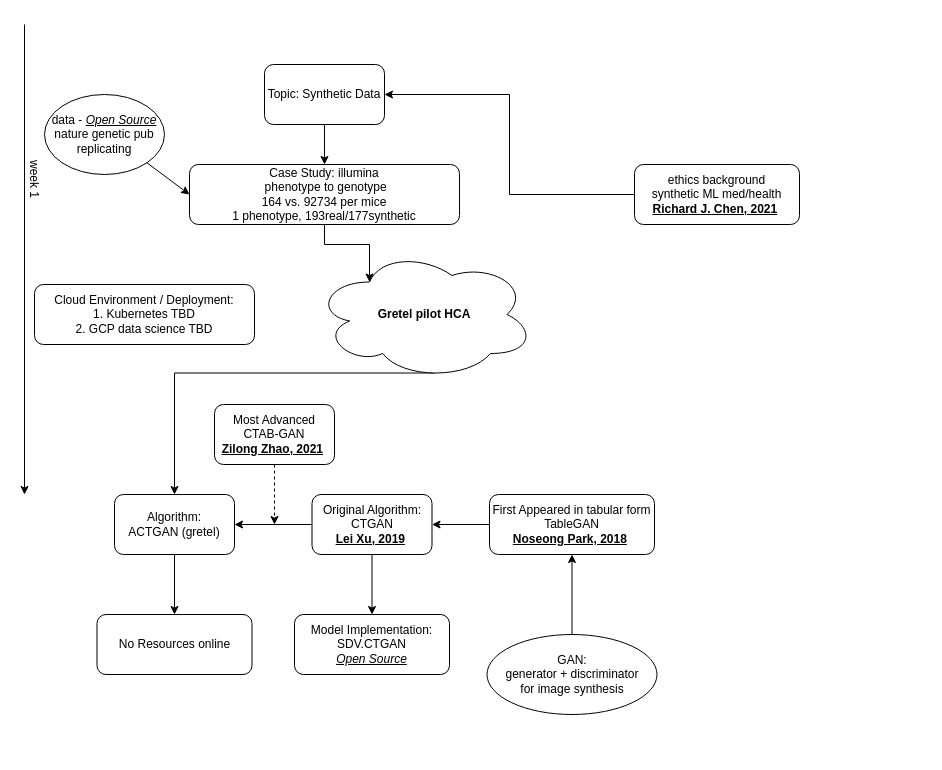
Above: synDataJourney.drawio in alvinDScHCA/BackyardNebula (draw.io), before the change. Source tidied: cells renumbered, new cells numbered last; positions are measured from the earlier drawing's top-left corner, leaving out a move shared by most shapes. Both pictures are drawn from the tidied source at 100%, with x=0, y=0 at pixel (4, 24).
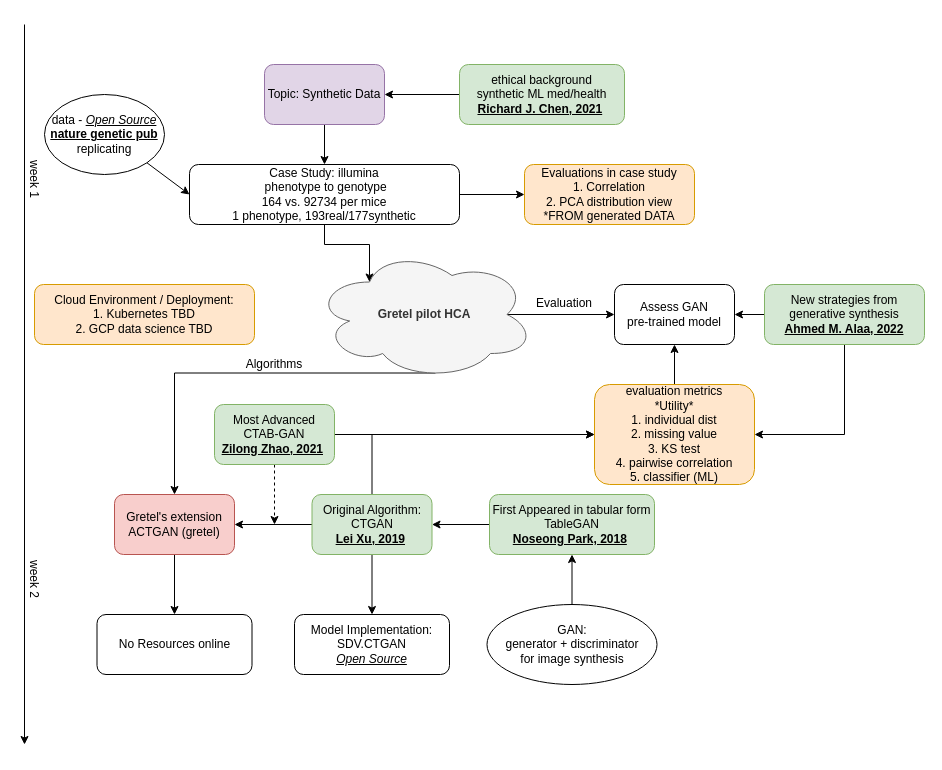
The same diagram, later.

Unchanged cells that the change refers to:
```xml
<mxCell id="5" value="Case Study: illumina&lt;br&gt;&amp;nbsp;phenotype to genotype&lt;br&gt;164 vs. 92734 per mice&lt;br&gt;1 phenotype, 193real/177synthetic" style="rounded=1;whiteSpace=wrap;html=1;" parent="1" vertex="1">
  <mxGeometry x="185" y="140" width="270" height="60" as="geometry" />
</mxCell>
```

Change to the diagram source:
```diff
@@
-    <mxCell id="3" value="Topic: Synthetic Data" style="rounded=1;whiteSpace=wrap;html=1;" parent="1" vertex="1">
+    <mxCell id="3" value="Topic: Synthetic Data" style="rounded=1;whiteSpace=wrap;html=1;fillColor=#e1d5e7;strokeColor=#9673a6;" parent="1" vertex="1">
       <mxGeometry x="260" y="40" width="120" height="60" as="geometry" />
     </mxCell>
@@
+    <mxCell id="28" style="edgeStyle=orthogonalEdgeStyle;rounded=0;jettySize=auto;html=1;exitX=1;exitY=0.5;exitDx=0;exitDy=0;entryX=0;entryY=0.5;entryDx=0;entryDy=0;" parent="1" edge="1" source="5" target="34">
+      <mxGeometry relative="1" as="geometry" />
+    </mxCell>
@@
-    <mxCell id="6" value="data - &lt;i&gt;&lt;u&gt;Open Source&lt;/u&gt;&lt;/i&gt;&lt;br&gt;nature genetic pub&lt;br&gt;replicating" style="ellipse;whiteSpace=wrap;html=1;" parent="1" vertex="1">
+    <mxCell id="6" value="data - &lt;i&gt;&lt;u&gt;Open Source&lt;/u&gt;&lt;/i&gt;&lt;br&gt;&lt;u&gt;&lt;b&gt;nature genetic pub&lt;/b&gt;&lt;/u&gt;&lt;br&gt;replicating" style="ellipse;whiteSpace=wrap;html=1;" parent="1" vertex="1">
       <mxGeometry x="40" y="70" width="120" height="80" as="geometry" />
     </mxCell>
@@
     <mxCell id="8" style="endArrow=classic;html=1;rounded=0;" parent="1" edge="1">
       <mxGeometry relative="1" as="geometry">
         <mxPoint x="20" as="sourcePoint" />
-        <mxPoint x="20" y="470" as="targetPoint" />
+        <mxPoint x="20" y="720" as="targetPoint" />
       </mxGeometry>
     </mxCell>
@@
-    <mxCell id="10" value="Cloud Environment / Deployment:&lt;br&gt;1. Kubernetes TBD&lt;br&gt;2. GCP data science TBD" style="rounded=1;whiteSpace=wrap;html=1;" parent="1" vertex="1">
+    <mxCell id="10" value="Cloud Environment / Deployment:&lt;br&gt;1. Kubernetes TBD&lt;br&gt;2. GCP data science TBD" style="rounded=1;whiteSpace=wrap;html=1;fillColor=#ffe6cc;strokeColor=#d79b00;" parent="1" vertex="1">
       <mxGeometry x="30" y="260" width="220" height="60" as="geometry" />
     </mxCell>
@@
+    <mxCell id="29" style="edgeStyle=orthogonalEdgeStyle;rounded=0;jettySize=auto;html=1;exitX=0.875;exitY=0.5;exitDx=0;exitDy=0;exitPerimeter=0;entryX=0;entryY=0.5;entryDx=0;entryDy=0;" parent="1" edge="1" source="12" target="35">
+      <mxGeometry relative="1" as="geometry" />
+    </mxCell>
-    <mxCell id="12" value="&lt;b&gt;Gretel pilot HCA&lt;/b&gt;" style="ellipse;shape=cloud;whiteSpace=wrap;html=1;" parent="1" vertex="1">
+    <mxCell id="12" value="&lt;b&gt;Gretel pilot HCA&lt;/b&gt;" style="ellipse;shape=cloud;whiteSpace=wrap;html=1;fillColor=#f5f5f5;strokeColor=#666666;fontColor=#333333;" parent="1" vertex="1">
       <mxGeometry x="310" y="225" width="220" height="130" as="geometry" />
     </mxCell>
@@
-    <mxCell id="14" value="Algorithm: &lt;br&gt;ACTGAN (gretel)" style="rounded=1;whiteSpace=wrap;html=1;" parent="1" vertex="1">
+    <mxCell id="14" value="Gretel's extension&lt;br&gt;ACTGAN (gretel)" style="rounded=1;whiteSpace=wrap;html=1;fillColor=#f8cecc;strokeColor=#b85450;" parent="1" vertex="1">
       <mxGeometry x="110" y="470" width="120" height="60" as="geometry" />
     </mxCell>
@@
+    <mxCell id="30" style="edgeStyle=orthogonalEdgeStyle;rounded=0;jettySize=auto;html=1;exitX=0.5;exitY=0;exitDx=0;exitDy=0;entryX=0;entryY=0.5;entryDx=0;entryDy=0;" parent="1" edge="1" source="17" target="41">
+      <mxGeometry relative="1" as="geometry" />
+    </mxCell>
-    <mxCell id="17" value="Original Algorithm: &lt;br&gt;CTGAN&lt;br&gt;&lt;u&gt;&lt;b&gt;Lei Xu, 2019&lt;/b&gt;&lt;/u&gt;&amp;nbsp;" style="rounded=1;whiteSpace=wrap;html=1;" parent="1" vertex="1">
+    <mxCell id="17" value="Original Algorithm: &lt;br&gt;CTGAN&lt;br&gt;&lt;u&gt;&lt;b&gt;Lei Xu, 2019&lt;/b&gt;&lt;/u&gt;&amp;nbsp;" style="rounded=1;whiteSpace=wrap;html=1;fillColor=#d5e8d4;strokeColor=#82b366;" parent="1" vertex="1">
       <mxGeometry x="307.5" y="470" width="120" height="60" as="geometry" />
     </mxCell>
@@
     <mxCell id="21" value="GAN:&lt;br style=&quot;border-color: var(--border-color);&quot;&gt;generator + discriminator&lt;br style=&quot;border-color: var(--border-color);&quot;&gt;for image synthesis" style="ellipse;whiteSpace=wrap;html=1;" parent="1" vertex="1">
-      <mxGeometry x="482.5" y="610" width="170" height="80" as="geometry" />
+      <mxGeometry x="482.5" y="580" width="170" height="80" as="geometry" />
     </mxCell>
@@
-    <mxCell id="23" value="First Appeared in tabular form&lt;br&gt;TableGAN&lt;br&gt;&lt;u&gt;&lt;b&gt;Noseong Park, 2018&lt;/b&gt;&lt;/u&gt;&amp;nbsp;" style="rounded=1;whiteSpace=wrap;html=1;" parent="1" vertex="1">
+    <mxCell id="23" value="First Appeared in tabular form&lt;br&gt;TableGAN&lt;br&gt;&lt;u&gt;&lt;b&gt;Noseong Park, 2018&lt;/b&gt;&lt;/u&gt;&amp;nbsp;" style="rounded=1;whiteSpace=wrap;html=1;fillColor=#d5e8d4;strokeColor=#82b366;" parent="1" vertex="1">
       <mxGeometry x="485" y="470" width="165" height="60" as="geometry" />
     </mxCell>
@@
+    <mxCell id="31" style="edgeStyle=orthogonalEdgeStyle;rounded=0;jettySize=auto;html=1;exitX=1;exitY=0.5;exitDx=0;exitDy=0;" parent="1" edge="1" source="25" target="41">
+      <mxGeometry relative="1" as="geometry" />
+    </mxCell>
-    <mxCell id="25" value="Most Advanced&lt;br&gt;CTAB-GAN&lt;br&gt;&lt;u style=&quot;border-color: var(--border-color);&quot;&gt;&lt;b style=&quot;border-color: var(--border-color);&quot;&gt;Zilong Zhao, 2021&lt;/b&gt;&lt;/u&gt;&amp;nbsp;" style="rounded=1;whiteSpace=wrap;html=1;" parent="1" vertex="1">
+    <mxCell id="25" value="Most Advanced&lt;br&gt;CTAB-GAN&lt;br&gt;&lt;u style=&quot;border-color: var(--border-color);&quot;&gt;&lt;b style=&quot;border-color: var(--border-color);&quot;&gt;Zilong Zhao, 2021&lt;/b&gt;&lt;/u&gt;&amp;nbsp;" style="rounded=1;whiteSpace=wrap;html=1;fillColor=#d5e8d4;strokeColor=#82b366;" parent="1" vertex="1">
       <mxGeometry x="210" y="380" width="120" height="60" as="geometry" />
     </mxCell>
@@
-    <mxCell id="27" value="ethics background &lt;br&gt;synthetic ML med/health&lt;br&gt;&lt;u&gt;&lt;b&gt;Richard J. Chen, 2021&lt;/b&gt;&lt;/u&gt;&amp;nbsp;" style="rounded=1;whiteSpace=wrap;html=1;" parent="1" vertex="1">
-      <mxGeometry x="630" y="140" width="165" height="60" as="geometry" />
+    <mxCell id="27" value="ethical background &lt;br&gt;synthetic ML med/health&lt;br&gt;&lt;u&gt;&lt;b&gt;Richard J. Chen, 2021&lt;/b&gt;&lt;/u&gt;&amp;nbsp;" style="rounded=1;whiteSpace=wrap;html=1;fillColor=#d5e8d4;strokeColor=#82b366;" parent="1" vertex="1">
+      <mxGeometry x="455" y="40" width="165" height="60" as="geometry" />
     </mxCell>
+    <mxCell id="32" value="week 2" style="text;html=1;strokeColor=none;fillColor=none;align=center;verticalAlign=middle;whiteSpace=wrap;rounded=0;rotation=90;" parent="1" vertex="1">
+      <mxGeometry y="540" width="60" height="30" as="geometry" />
+    </mxCell>
+    <mxCell id="33" value="Algorithms" style="text;html=1;strokeColor=none;fillColor=none;align=center;verticalAlign=middle;whiteSpace=wrap;rounded=0;" parent="1" vertex="1">
+      <mxGeometry x="240" y="325" width="60" height="30" as="geometry" />
+    </mxCell>
+    <mxCell id="34" value="&lt;span style=&quot;background-color: initial;&quot;&gt;Evaluations in case study&lt;br&gt;1. Correlation&lt;br&gt;2. PCA distribution view&lt;br&gt;*FROM generated DATA&lt;br&gt;&lt;/span&gt;" style="rounded=1;whiteSpace=wrap;html=1;fillColor=#ffe6cc;strokeColor=#d79b00;" parent="1" vertex="1">
+      <mxGeometry x="520" y="140" width="170" height="60" as="geometry" />
+    </mxCell>
+    <mxCell id="35" value="Assess GAN &lt;br&gt;pre-trained model" style="rounded=1;whiteSpace=wrap;html=1;" parent="1" vertex="1">
+      <mxGeometry x="610" y="260" width="120" height="60" as="geometry" />
+    </mxCell>
+    <mxCell id="36" value="Evaluation" style="text;html=1;strokeColor=none;fillColor=none;align=center;verticalAlign=middle;whiteSpace=wrap;rounded=0;" parent="1" vertex="1">
+      <mxGeometry x="530" y="264" width="60" height="30" as="geometry" />
+    </mxCell>
+    <mxCell id="37" style="edgeStyle=orthogonalEdgeStyle;rounded=0;jettySize=auto;html=1;exitX=0;exitY=0.5;exitDx=0;exitDy=0;entryX=1;entryY=0.5;entryDx=0;entryDy=0;" parent="1" edge="1" source="39" target="35">
+      <mxGeometry relative="1" as="geometry" />
+    </mxCell>
+    <mxCell id="38" style="edgeStyle=orthogonalEdgeStyle;rounded=0;jettySize=auto;html=1;exitX=0.5;exitY=1;exitDx=0;exitDy=0;entryX=1;entryY=0.5;entryDx=0;entryDy=0;" parent="1" edge="1" source="39" target="41">
+      <mxGeometry relative="1" as="geometry" />
+    </mxCell>
+    <mxCell id="39" value="New strategies from &lt;br&gt;generative synthesis&lt;br&gt;&lt;u&gt;&lt;b&gt;Ahmed M. Alaa, 2022&lt;/b&gt;&lt;/u&gt;" style="rounded=1;whiteSpace=wrap;html=1;fillColor=#d5e8d4;strokeColor=#82b366;" parent="1" vertex="1">
+      <mxGeometry x="760" y="260" width="160" height="60" as="geometry" />
+    </mxCell>
+    <mxCell id="40" style="edgeStyle=orthogonalEdgeStyle;rounded=0;jettySize=auto;html=1;exitX=0.5;exitY=0;exitDx=0;exitDy=0;entryX=0.5;entryY=1;entryDx=0;entryDy=0;" parent="1" edge="1" source="41" target="35">
+      <mxGeometry relative="1" as="geometry" />
+    </mxCell>
+    <mxCell id="41" value="evaluation metrics&lt;br&gt;*Utility*&lt;br&gt;1. individual dist&lt;br&gt;2. missing value&lt;br&gt;3. KS test&lt;br&gt;4. pairwise correlation&lt;br&gt;5. classifier (ML)" style="rounded=1;whiteSpace=wrap;html=1;fillColor=#ffe6cc;strokeColor=#d79b00;" parent="1" vertex="1">
+      <mxGeometry x="590" y="360" width="160" height="100" as="geometry" />
+    </mxCell>
```
